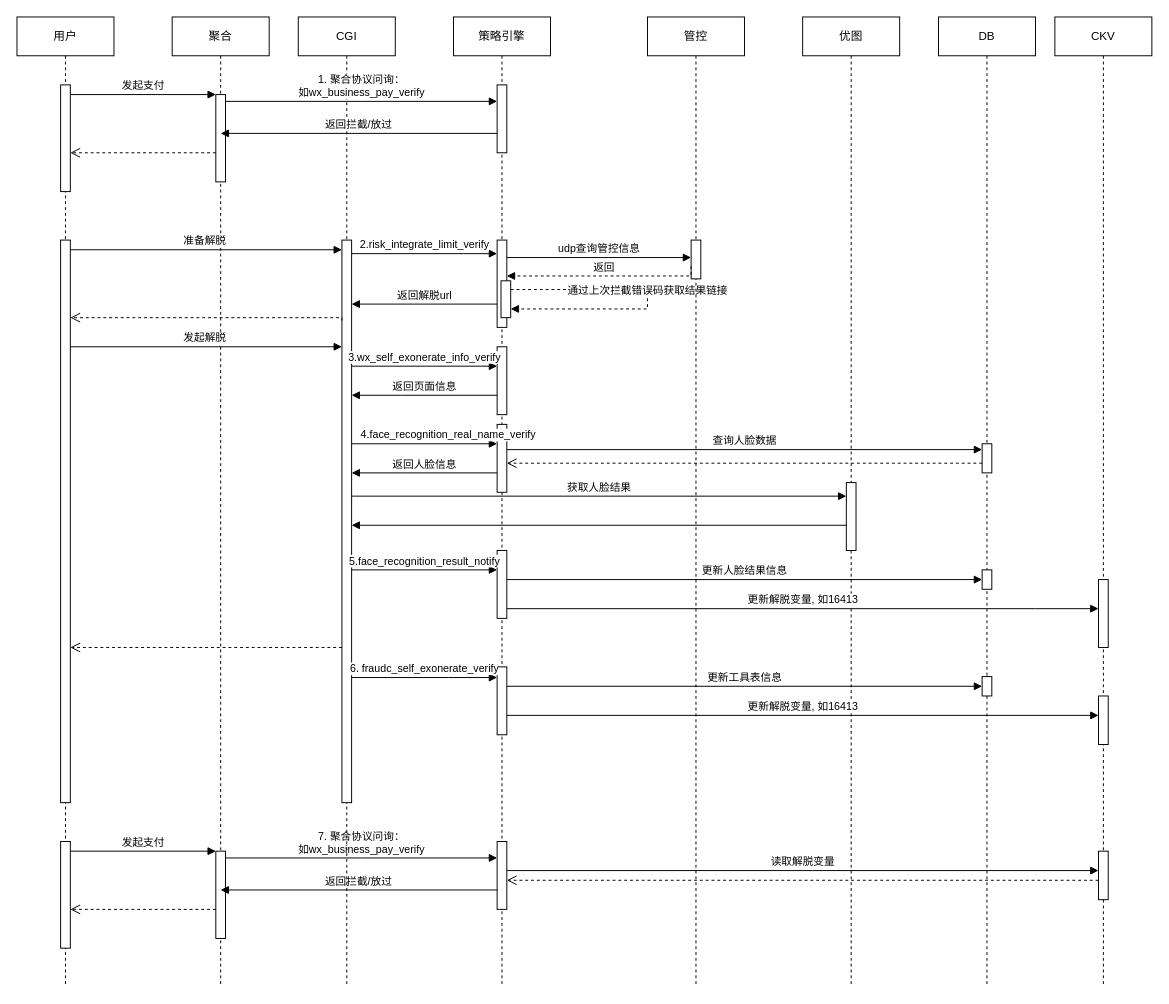
The draw.io diagram 时序图.drawio in luo1854/nodejs, before the edit. Source tidied: cells renumbered, new cells numbered last; positions are measured from the earlier drawing's top-left corner, leaving out a move shared by most shapes. Both pictures are drawn from the tidied source at 97%, with x=0, y=0 at pixel (16, 16).
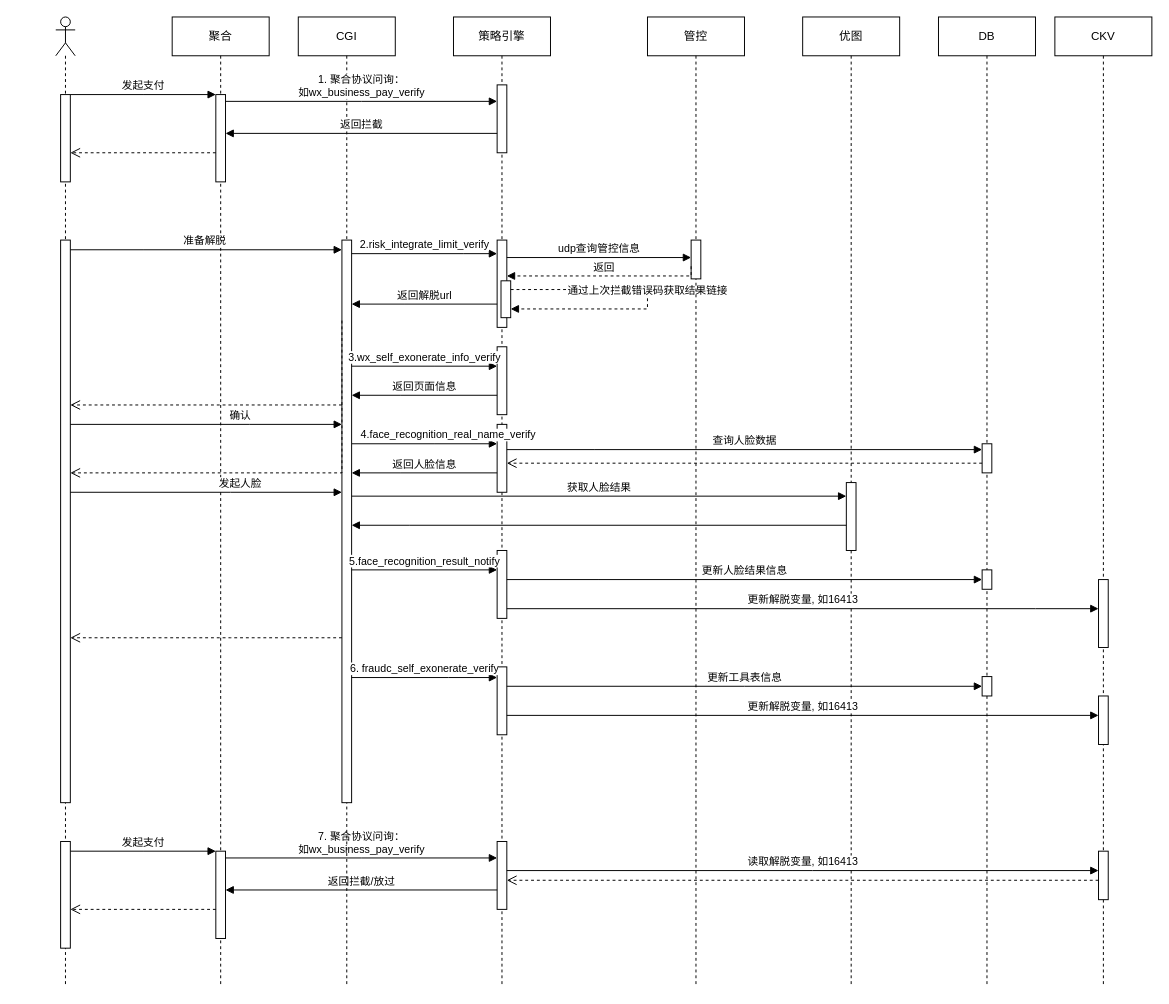
After the change.

Commit message:
更新时序图.drawio

Unchanged cells that the change refers to:
```xml
<mxCell id="3" style="html=1;points=[];perimeter=orthogonalPerimeter;outlineConnect=0;targetShapes=umlLifeline;portConstraint=eastwest;newEdgeStyle={&quot;edgeStyle&quot;:&quot;elbowEdgeStyle&quot;,&quot;elbow&quot;:&quot;vertical&quot;,&quot;curved&quot;:0,&quot;rounded&quot;:0};" parent="2" vertex="1">
  <mxGeometry x="45" y="70" width="10" height="70" as="geometry" />
</mxCell>
<mxCell id="15" value="聚合" style="shape=umlLifeline;perimeter=lifelinePerimeter;whiteSpace=wrap;html=1;newEdgeStyle={&quot;edgeStyle&quot;:&quot;elbowEdgeStyle&quot;,&quot;elbow&quot;:&quot;vertical&quot;,&quot;curved&quot;:0,&quot;rounded&quot;:0};" parent="1" vertex="1">
  <mxGeometry x="160" width="100" height="1000" as="geometry" />
</mxCell>
<mxCell id="16" style="html=1;points=[];perimeter=orthogonalPerimeter;outlineConnect=0;targetShapes=umlLifeline;portConstraint=eastwest;newEdgeStyle={&quot;edgeStyle&quot;:&quot;elbowEdgeStyle&quot;,&quot;elbow&quot;:&quot;vertical&quot;,&quot;curved&quot;:0,&quot;rounded&quot;:0};" parent="15" vertex="1">
  <mxGeometry x="45" y="80" width="10" height="90" as="geometry" />
</mxCell>
<mxCell id="17" style="html=1;points=[];perimeter=orthogonalPerimeter;outlineConnect=0;targetShapes=umlLifeline;portConstraint=eastwest;newEdgeStyle={&quot;edgeStyle&quot;:&quot;elbowEdgeStyle&quot;,&quot;elbow&quot;:&quot;vertical&quot;,&quot;curved&quot;:0,&quot;rounded&quot;:0};" parent="15" vertex="1">
  <mxGeometry x="-115" y="230" width="10" height="580" as="geometry" />
</mxCell>
<mxCell id="18" style="html=1;points=[];perimeter=orthogonalPerimeter;outlineConnect=0;targetShapes=umlLifeline;portConstraint=eastwest;newEdgeStyle={&quot;edgeStyle&quot;:&quot;elbowEdgeStyle&quot;,&quot;elbow&quot;:&quot;vertical&quot;,&quot;curved&quot;:0,&quot;rounded&quot;:0};" parent="15" vertex="1">
  <mxGeometry x="335" y="850" width="10" height="70" as="geometry" />
</mxCell>
<mxCell id="20" style="html=1;points=[];perimeter=orthogonalPerimeter;outlineConnect=0;targetShapes=umlLifeline;portConstraint=eastwest;newEdgeStyle={&quot;edgeStyle&quot;:&quot;elbowEdgeStyle&quot;,&quot;elbow&quot;:&quot;vertical&quot;,&quot;curved&quot;:0,&quot;rounded&quot;:0};" parent="15" vertex="1">
  <mxGeometry x="45" y="860" width="10" height="90" as="geometry" />
</mxCell>
<mxCell id="28" style="html=1;points=[];perimeter=orthogonalPerimeter;outlineConnect=0;targetShapes=umlLifeline;portConstraint=eastwest;newEdgeStyle={&quot;edgeStyle&quot;:&quot;elbowEdgeStyle&quot;,&quot;elbow&quot;:&quot;vertical&quot;,&quot;curved&quot;:0,&quot;rounded&quot;:0};" parent="27" vertex="1">
  <mxGeometry x="45" y="230" width="10" height="580" as="geometry" />
</mxCell>
<mxCell id="54" style="html=1;points=[];perimeter=orthogonalPerimeter;outlineConnect=0;targetShapes=umlLifeline;portConstraint=eastwest;newEdgeStyle={&quot;edgeStyle&quot;:&quot;elbowEdgeStyle&quot;,&quot;elbow&quot;:&quot;vertical&quot;,&quot;curved&quot;:0,&quot;rounded&quot;:0};" parent="51" vertex="1">
  <mxGeometry x="45" y="860" width="10" height="50" as="geometry" />
</mxCell>
```

The edit, as a diff of the source:
```diff
@@
+    <mxCell id="65" style="shape=umlLifeline;perimeter=lifelinePerimeter;whiteSpace=wrap;html=1;newEdgeStyle={&quot;edgeStyle&quot;:&quot;elbowEdgeStyle&quot;,&quot;elbow&quot;:&quot;vertical&quot;,&quot;curved&quot;:0,&quot;rounded&quot;:0};participant=umlActor;" parent="1" vertex="1">
+      <mxGeometry x="40" width="20" height="1000" as="geometry" />
+    </mxCell>
+    <mxCell id="66" style="html=1;perimeter=orthogonalPerimeter;targetShapes=umlLifeline;newEdgeStyle={&quot;edgeStyle&quot;:&quot;elbowEdgeStyle&quot;,&quot;elbow&quot;:&quot;vertical&quot;,&quot;curved&quot;:0,&quot;rounded&quot;:0};" parent="65" vertex="1">
+      <mxGeometry x="5" y="80" width="10" height="90" as="geometry" />
+    </mxCell>
@@
-    <mxCell id="13" value="用户" style="shape=umlLifeline;perimeter=lifelinePerimeter;whiteSpace=wrap;html=1;newEdgeStyle={&quot;edgeStyle&quot;:&quot;elbowEdgeStyle&quot;,&quot;elbow&quot;:&quot;vertical&quot;,&quot;curved&quot;:0,&quot;rounded&quot;:0};" parent="1" vertex="1">
-      <mxGeometry width="100" height="1000" as="geometry" />
-    </mxCell>
-    <mxCell id="14" style="html=1;points=[];perimeter=orthogonalPerimeter;outlineConnect=0;targetShapes=umlLifeline;portConstraint=eastwest;newEdgeStyle={&quot;edgeStyle&quot;:&quot;elbowEdgeStyle&quot;,&quot;elbow&quot;:&quot;vertical&quot;,&quot;curved&quot;:0,&quot;rounded&quot;:0};" parent="13" vertex="1">
-      <mxGeometry x="45" y="70" width="10" height="110" as="geometry" />
-    </mxCell>
@@
-    <mxCell id="24" value="返回拦截/放过" style="html=1;verticalAlign=bottom;endArrow=block;edgeStyle=elbowEdgeStyle;elbow=horizontal;curved=0;rounded=0;" parent="15" edge="1" source="18">
+    <mxCell id="24" value="返回拦截/放过" style="html=1;verticalAlign=bottom;endArrow=block;edgeStyle=elbowEdgeStyle;elbow=horizontal;curved=0;rounded=0;" parent="15" edge="1" source="18" target="20">
       <mxGeometry relative="1" as="geometry">
-        <mxPoint x="50" y="900" as="targetPoint" />
         <Array as="points">
           <mxPoint x="180" y="900" />
         </Array>
       </mxGeometry>
     </mxCell>
-    <mxCell id="25" value="发起支付" style="html=1;verticalAlign=bottom;endArrow=block;edgeStyle=elbowEdgeStyle;elbow=horizontal;curved=0;rounded=0;" parent="1" edge="1" source="14" target="16">
+    <mxCell id="25" value="发起支付" style="html=1;verticalAlign=bottom;endArrow=block;edgeStyle=elbowEdgeStyle;elbow=horizontal;curved=0;rounded=0;" parent="1" edge="1" target="16">
       <mxGeometry relative="1" as="geometry">
+        <mxPoint x="55" y="80" as="sourcePoint" />
         <Array as="points">
           <mxPoint x="130" y="80" />
         </Array>
       </mxGeometry>
     </mxCell>
-    <mxCell id="26" style="html=1;verticalAlign=bottom;endArrow=open;dashed=1;endSize=8;edgeStyle=elbowEdgeStyle;elbow=vertical;curved=0;rounded=0;" parent="1" edge="1" source="16" target="14">
+    <mxCell id="26" style="html=1;verticalAlign=bottom;endArrow=open;dashed=1;endSize=8;edgeStyle=elbowEdgeStyle;elbow=vertical;curved=0;rounded=0;" parent="1" edge="1" source="16">
       <mxGeometry relative="1" as="geometry">
+        <mxPoint x="55" y="140" as="targetPoint" />
         <Array as="points">
           <mxPoint x="190" y="140" />
           <mxPoint x="140" y="240" />
         </Array>
       </mxGeometry>
     </mxCell>
@@
-    <mxCell id="30" value="返回拦截/放过" style="html=1;verticalAlign=bottom;endArrow=block;edgeStyle=elbowEdgeStyle;elbow=horizontal;curved=0;rounded=0;" parent="1" edge="1" source="3">
+    <mxCell id="30" value="返回拦截" style="html=1;verticalAlign=bottom;endArrow=block;edgeStyle=elbowEdgeStyle;elbow=horizontal;curved=0;rounded=0;" parent="1" edge="1" source="3" target="16">
       <mxGeometry relative="1" as="geometry">
-        <mxPoint x="210" y="120" as="targetPoint" />
         <Array as="points">
           <mxPoint x="340" y="120" />
         </Array>
       </mxGeometry>
     </mxCell>
@@
     <mxCell id="32" style="html=1;verticalAlign=bottom;endArrow=open;dashed=1;endSize=8;edgeStyle=elbowEdgeStyle;elbow=vertical;curved=0;rounded=0;" parent="1" edge="1" target="17">
       <mxGeometry relative="1" as="geometry">
         <mxPoint x="335" y="313" as="sourcePoint" />
         <Array as="points">
+          <mxPoint x="220" y="470" />
+          <mxPoint x="150" y="530" />
+          <mxPoint x="200" y="400" />
           <mxPoint x="220" y="310" />
           <mxPoint x="210" y="450" />
           <mxPoint x="140" y="443" />
         </Array>
       </mxGeometry>
     </mxCell>
@@
-    <mxCell id="42" value="发起解脱&amp;nbsp;" style="html=1;verticalAlign=bottom;endArrow=block;edgeStyle=elbowEdgeStyle;elbow=horizontal;curved=0;rounded=0;" parent="1" edge="1" source="17" target="28">
-      <mxGeometry relative="1" as="geometry">
+    <mxCell id="42" value="发起人脸" style="html=1;verticalAlign=bottom;endArrow=block;edgeStyle=elbowEdgeStyle;elbow=horizontal;curved=0;rounded=0;" parent="1" edge="1">
+      <mxGeometry x="0.25" relative="1" as="geometry">
+        <mxPoint x="55" y="490" as="sourcePoint" />
+        <mxPoint x="335" y="490" as="targetPoint" />
         <Array as="points">
-          <mxPoint x="135" y="340" />
+          <mxPoint x="220" y="490" />
+          <mxPoint x="250" y="560" />
+          <mxPoint x="135" y="350" />
         </Array>
       </mxGeometry>
     </mxCell>
@@
     <mxCell id="59" style="html=1;verticalAlign=bottom;endArrow=open;dashed=1;endSize=8;edgeStyle=elbowEdgeStyle;elbow=vertical;curved=0;rounded=0;" parent="1" edge="1" source="28" target="17">
       <mxGeometry relative="1" as="geometry">
         <Array as="points">
+          <mxPoint x="220" y="640" />
           <mxPoint x="230" y="650" />
           <mxPoint x="340" y="630" />
           <mxPoint x="205" y="770" />
           <mxPoint x="135" y="763" />
         </Array>
       </mxGeometry>
     </mxCell>
@@
-    <mxCell id="63" value="读取解脱变量" style="html=1;verticalAlign=bottom;endArrow=block;edgeStyle=elbowEdgeStyle;elbow=vertical;curved=0;rounded=0;" parent="1" edge="1" source="18" target="54">
+    <mxCell id="63" value="读取解脱变量, 如16413" style="html=1;verticalAlign=bottom;endArrow=block;edgeStyle=elbowEdgeStyle;elbow=vertical;curved=0;rounded=0;" parent="1" edge="1" source="18" target="54">
       <mxGeometry relative="1" as="geometry">
         <Array as="points">
           <mxPoint x="820" y="880" />
           <mxPoint x="630" y="610" />
           <mxPoint x="655" y="600" />
         </Array>
       </mxGeometry>
     </mxCell>
@@
+    <mxCell id="67" style="html=1;verticalAlign=bottom;endArrow=open;dashed=1;endSize=8;edgeStyle=elbowEdgeStyle;elbow=vertical;curved=0;rounded=0;" parent="1" edge="1" target="17">
+      <mxGeometry relative="1" as="geometry">
+        <mxPoint x="335" y="400" as="sourcePoint" />
+        <Array as="points">
+          <mxPoint x="225" y="400" />
+          <mxPoint x="155" y="460" />
+          <mxPoint x="205" y="330" />
+          <mxPoint x="225" y="240" />
+          <mxPoint x="215" y="380" />
+          <mxPoint x="145" y="373" />
+        </Array>
+      </mxGeometry>
+    </mxCell>
+    <mxCell id="68" value="确认" style="html=1;verticalAlign=bottom;endArrow=block;edgeStyle=elbowEdgeStyle;elbow=horizontal;curved=0;rounded=0;" parent="1" edge="1" source="17" target="28">
+      <mxGeometry x="0.25" relative="1" as="geometry">
+        <Array as="points">
+          <mxPoint x="240" y="420" />
+          <mxPoint x="260" y="570" />
+          <mxPoint x="145" y="360" />
+        </Array>
+      </mxGeometry>
+    </mxCell>
```
